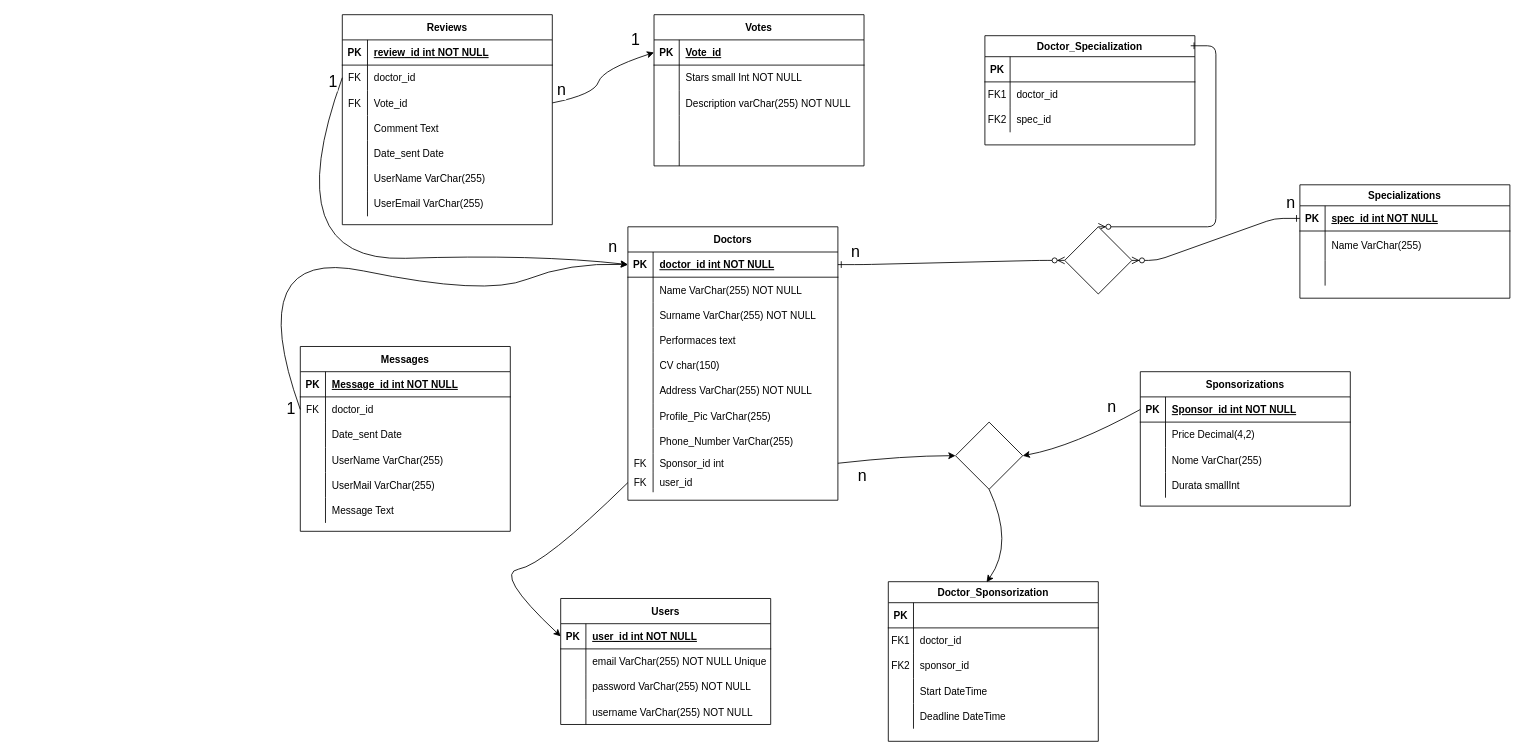
Before: 8Doctors.drawio in AlessandroGCatino/CodingChallengeCatino, a draw.io diagram. Source tidied: cells renumbered, new cells numbered last; positions are measured from the earlier drawing's top-left corner, leaving out a move shared by most shapes. Both pictures are drawn from the tidied source at 84%, with x=0, y=0 at pixel (241, 14).
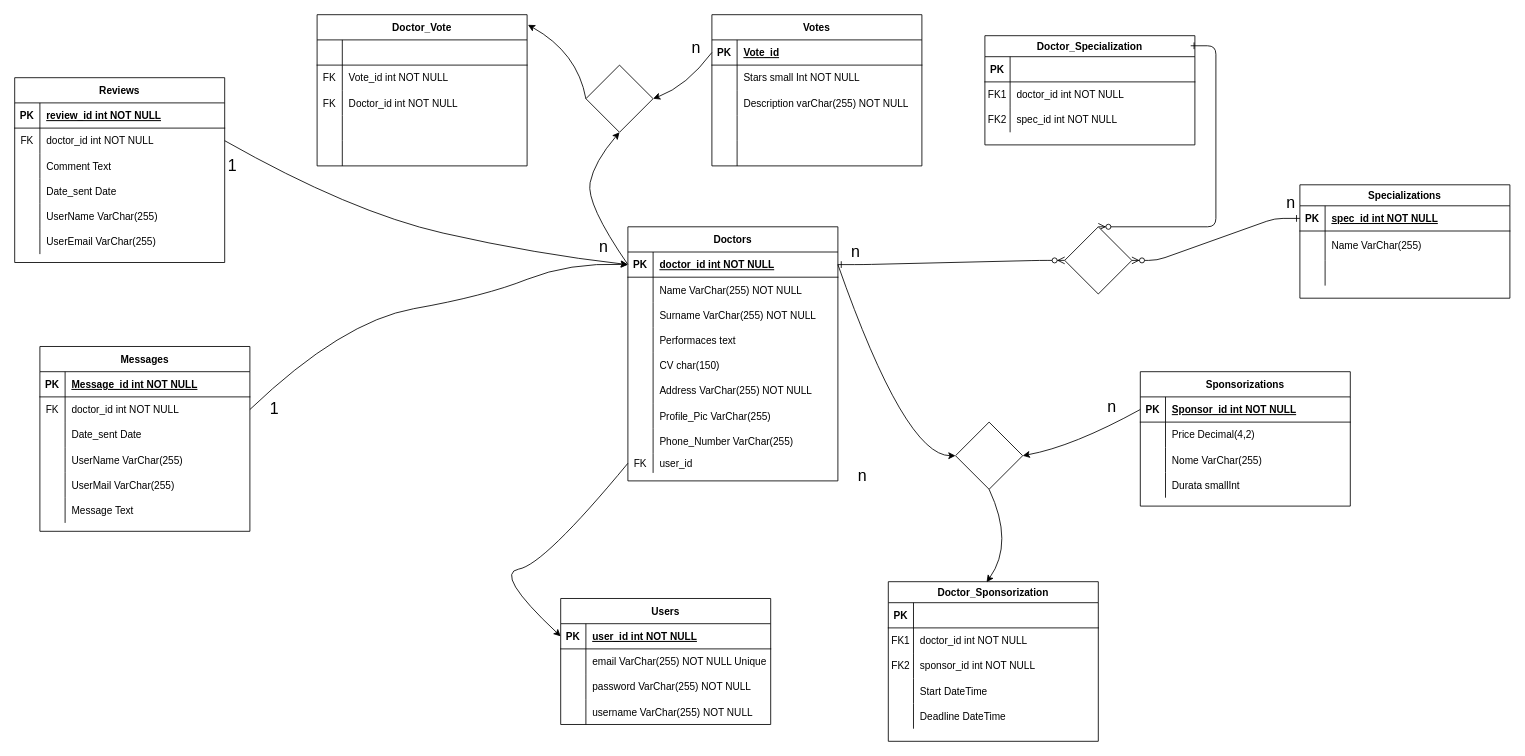
After the change.

The change refers to these unchanged cells:
```xml
<mxCell id="15" style="shape=partialRectangle;fillColor=none;points=[[0,0.5],[1,0.5]];portConstraint=eastwest;top=0;left=0;right=0;bottom=1;" parent="14" vertex="1">
  <mxGeometry y="30" width="250" height="30" as="geometry" />
</mxCell>
<mxCell id="49" style="shape=partialRectangle;fillColor=none;top=0;left=0;right=0;bottom=0;" parent="45" vertex="1">
  <mxGeometry y="55" width="250" height="30" as="geometry" />
</mxCell>
<mxCell id="52" style="shape=partialRectangle;fillColor=none;top=0;left=0;right=0;bottom=0;" parent="45" vertex="1">
  <mxGeometry y="85" width="250" height="30" as="geometry" />
</mxCell>
<mxCell id="62" style="shape=partialRectangle;fillColor=none;points=[[0,0.5],[1,0.5]];portConstraint=eastwest;top=0;left=0;right=0;bottom=0;" parent="58" vertex="1">
  <mxGeometry y="60" width="250" height="30" as="geometry" />
</mxCell>
<mxCell id="85" style="shape=partialRectangle;fillColor=none;points=[[0,0.5],[1,0.5]];portConstraint=eastwest;top=0;left=0;right=0;bottom=0;" parent="81" vertex="1">
  <mxGeometry y="60" width="250" height="30" as="geometry" />
</mxCell>
<mxCell id="121" style="shape=partialRectangle;fillColor=none;points=[[0,0.5],[1,0.5]];portConstraint=eastwest;top=0;left=0;right=0;bottom=1;" parent="120" vertex="1">
  <mxGeometry y="30" width="250" height="30" as="geometry" />
</mxCell>
<mxCell id="137" style="rhombus;whiteSpace=wrap;html=1;" parent="1" vertex="1">
  <mxGeometry x="850" y="485" width="80" height="80" as="geometry" />
</mxCell>
<mxCell id="143" style="shape=partialRectangle;fillColor=none;top=0;left=0;right=0;bottom=0;" parent="139" vertex="1">
  <mxGeometry y="55" width="250" height="30" as="geometry" />
</mxCell>
<mxCell id="146" style="shape=partialRectangle;fillColor=none;top=0;left=0;right=0;bottom=0;" parent="139" vertex="1">
  <mxGeometry y="85" width="250" height="30" as="geometry" />
</mxCell>
```

What changed in the source:
```diff
@@
     <mxCell id="14" value="Doctors" style="shape=table;startSize=30;childLayout=tableLayout;rowLines=0;fontStyle=1;align=center;" parent="1" vertex="1">
-      <mxGeometry x="460" y="252.5" width="250" height="325.5" as="geometry" />
+      <mxGeometry x="460" y="252.5" width="250" height="302.5" as="geometry" />
     </mxCell>
@@
-    <mxCell id="39" style="shape=partialRectangle;fillColor=none;points=[[0,0.5],[1,0.5]];portConstraint=eastwest;top=0;left=0;right=0;bottom=0;" parent="14" vertex="1">
-      <mxGeometry y="270" width="250" height="23" as="geometry" />
-    </mxCell>
-    <mxCell id="40" value="FK" style="shape=partialRectangle;overflow=hidden;fillColor=none;top=0;left=0;bottom=0;right=0;" parent="39" vertex="1">
-      <mxGeometry width="30" height="23" as="geometry" />
-    </mxCell>
-    <mxCell id="41" value="Sponsor_id int " style="shape=partialRectangle;overflow=hidden;fillColor=none;top=0;left=0;bottom=0;right=0;align=left;spacingLeft=6;" parent="39" vertex="1">
-      <mxGeometry x="30" width="220" height="23" as="geometry" />
-    </mxCell>
     <mxCell id="42" style="shape=partialRectangle;fillColor=none;points=[[0,0.5],[1,0.5]];portConstraint=eastwest;top=0;left=0;right=0;bottom=0;" parent="14" vertex="1">
-      <mxGeometry y="293" width="250" height="23" as="geometry" />
+      <mxGeometry y="270" width="250" height="23" as="geometry" />
     </mxCell>
@@
-    <mxCell id="51" value="doctor_id" style="shape=partialRectangle;overflow=hidden;fillColor=none;top=0;left=0;bottom=0;right=0;align=left;spacingLeft=6;" parent="49" vertex="1">
+    <mxCell id="51" value="doctor_id int NOT NULL" style="shape=partialRectangle;overflow=hidden;fillColor=none;top=0;left=0;bottom=0;right=0;align=left;spacingLeft=6;" parent="49" vertex="1">
       <mxGeometry x="30" width="220" height="30" as="geometry" />
     </mxCell>
@@
-    <mxCell id="54" value="spec_id" style="shape=partialRectangle;overflow=hidden;fillColor=none;top=0;left=0;bottom=0;right=0;align=left;spacingLeft=6;" parent="52" vertex="1">
+    <mxCell id="54" value="spec_id int NOT NULL" style="shape=partialRectangle;overflow=hidden;fillColor=none;top=0;left=0;bottom=0;right=0;align=left;spacingLeft=6;" parent="52" vertex="1">
       <mxGeometry x="30" width="220" height="30" as="geometry" />
     </mxCell>
@@
     <mxCell id="58" value="Reviews" style="shape=table;startSize=30;childLayout=tableLayout;rowLines=0;fontStyle=1;align=center;" parent="1" vertex="1">
-      <mxGeometry x="120" width="250" height="250" as="geometry" />
+      <mxGeometry x="-270" y="75" width="250" height="220" as="geometry" />
     </mxCell>
@@
-    <mxCell id="64" value="doctor_id" style="shape=partialRectangle;overflow=hidden;fillColor=none;top=0;left=0;bottom=0;right=0;align=left;spacingLeft=6;" parent="62" vertex="1">
+    <mxCell id="64" value="doctor_id int NOT NULL" style="shape=partialRectangle;overflow=hidden;fillColor=none;top=0;left=0;bottom=0;right=0;align=left;spacingLeft=6;" parent="62" vertex="1">
       <mxGeometry x="30" width="220" height="30" as="geometry" />
     </mxCell>
-    <mxCell id="65" style="shape=partialRectangle;fillColor=none;points=[[0,0.5],[1,0.5]];portConstraint=eastwest;top=0;left=0;right=0;bottom=0;" parent="58" vertex="1">
-      <mxGeometry y="90" width="250" height="30" as="geometry" />
-    </mxCell>
-    <mxCell id="66" value="FK" style="shape=partialRectangle;overflow=hidden;fillColor=none;top=0;left=0;bottom=0;right=0;" parent="65" vertex="1">
-      <mxGeometry width="30" height="30" as="geometry" />
-    </mxCell>
-    <mxCell id="67" value="Vote_id" style="shape=partialRectangle;overflow=hidden;fillColor=none;top=0;left=0;bottom=0;right=0;align=left;spacingLeft=6;" parent="65" vertex="1">
-      <mxGeometry x="30" width="220" height="30" as="geometry" />
-    </mxCell>
     <mxCell id="68" style="shape=partialRectangle;fillColor=none;top=0;left=0;right=0;bottom=0;" parent="58" vertex="1">
-      <mxGeometry y="120" width="250" height="30" as="geometry" />
+      <mxGeometry y="90" width="250" height="30" as="geometry" />
     </mxCell>
@@
     <mxCell id="71" style="shape=partialRectangle;fillColor=none;top=0;left=0;right=0;bottom=0;" parent="58" vertex="1">
-      <mxGeometry y="150" width="250" height="30" as="geometry" />
+      <mxGeometry y="120" width="250" height="30" as="geometry" />
     </mxCell>
@@
     <mxCell id="74" style="shape=partialRectangle;fillColor=none;top=0;left=0;right=0;bottom=0;" parent="58" vertex="1">
-      <mxGeometry y="180" width="250" height="30" as="geometry" />
+      <mxGeometry y="150" width="250" height="30" as="geometry" />
     </mxCell>
@@
     <mxCell id="77" style="shape=partialRectangle;fillColor=none;top=0;left=0;right=0;bottom=0;" parent="58" vertex="1">
-      <mxGeometry y="210" width="250" height="30" as="geometry" />
+      <mxGeometry y="180" width="250" height="30" as="geometry" />
     </mxCell>
@@
-    <mxCell id="80" style="curved=1;endArrow=classic;html=1;rounded=0;entryX=0;entryY=0.5;entryDx=0;entryDy=0;exitX=0;exitY=0.5;exitDx=0;exitDy=0;" parent="1" edge="1" source="62" target="15">
+    <mxCell id="80" style="curved=1;endArrow=classic;html=1;rounded=0;entryX=0;entryY=0.5;entryDx=0;entryDy=0;exitX=1;exitY=0.5;exitDx=0;exitDy=0;" parent="1" edge="1" source="62" target="15">
       <mxGeometry relative="1" as="geometry">
         <Array as="points">
-          <mxPoint x="40" y="295" />
+          <mxPoint x="130" y="235" />
           <mxPoint x="350" y="285" />
         </Array>
       </mxGeometry>
     </mxCell>
     <mxCell id="81" value="Messages" style="shape=table;startSize=30;childLayout=tableLayout;rowLines=0;fontStyle=1;align=center;" parent="1" vertex="1">
-      <mxGeometry x="70" y="395" width="250" height="220" as="geometry" />
+      <mxGeometry x="-240" y="395" width="250" height="220" as="geometry" />
     </mxCell>
@@
-    <mxCell id="87" value="doctor_id" style="shape=partialRectangle;overflow=hidden;fillColor=none;top=0;left=0;bottom=0;right=0;align=left;spacingLeft=6;" parent="85" vertex="1">
+    <mxCell id="87" value="doctor_id int NOT NULL" style="shape=partialRectangle;overflow=hidden;fillColor=none;top=0;left=0;bottom=0;right=0;align=left;spacingLeft=6;" parent="85" vertex="1">
       <mxGeometry x="30" width="220" height="30" as="geometry" />
     </mxCell>
@@
-    <mxCell id="100" style="curved=1;endArrow=classic;html=1;rounded=0;entryX=0;entryY=0.5;entryDx=0;entryDy=0;exitX=0;exitY=0.5;exitDx=0;exitDy=0;" parent="1" edge="1" source="85" target="15">
+    <mxCell id="100" style="curved=1;endArrow=classic;html=1;rounded=0;entryX=0;entryY=0.5;entryDx=0;entryDy=0;exitX=1;exitY=0.5;exitDx=0;exitDy=0;" parent="1" edge="1" source="85" target="15">
       <mxGeometry relative="1" as="geometry">
         <Array as="points">
-          <mxPoint y="275" />
+          <mxPoint x="120" y="365" />
           <mxPoint x="290" y="335" />
           <mxPoint x="390" y="295" />
         </Array>
       </mxGeometry>
     </mxCell>
@@
-    <mxCell id="114" style="curved=1;endArrow=classic;html=1;rounded=0;entryX=0;entryY=0.5;entryDx=0;entryDy=0;exitX=1;exitY=0.5;exitDx=0;exitDy=0;" parent="1" edge="1" source="39" target="137">
+    <mxCell id="114" style="curved=1;endArrow=classic;html=1;rounded=0;entryX=0;entryY=0.5;entryDx=0;entryDy=0;exitX=1;exitY=0.5;exitDx=0;exitDy=0;" parent="1" edge="1" source="15" target="137">
       <mxGeometry relative="1" as="geometry">
         <Array as="points">
           <mxPoint x="790" y="525" />
         </Array>
       </mxGeometry>
     </mxCell>
@@
     <mxCell id="118" value="1" style="edgeLabel;html=1;align=center;verticalAlign=middle;fontSize=19;" parent="1" vertex="1">
-      <mxGeometry x="350" y="785" as="geometry">
+      <mxGeometry x="330" y="785" as="geometry">
         <mxPoint x="-292" y="-316" as="offset" />
       </mxGeometry>
     </mxCell>
     <mxCell id="119" value="1" style="edgeLabel;html=1;align=center;verticalAlign=middle;fontSize=19;" parent="1" vertex="1">
-      <mxGeometry x="400" y="395" as="geometry">
+      <mxGeometry x="280" y="495" as="geometry">
         <mxPoint x="-292" y="-316" as="offset" />
       </mxGeometry>
     </mxCell>
     <mxCell id="120" value="Votes" style="shape=table;startSize=30;childLayout=tableLayout;rowLines=0;fontStyle=1;align=center;" parent="1" vertex="1">
-      <mxGeometry x="491.1" width="250" height="180" as="geometry" />
+      <mxGeometry x="560" width="250" height="180" as="geometry" />
     </mxCell>
@@
-    <mxCell id="136" style="curved=1;endArrow=classic;html=1;rounded=0;entryX=0;entryY=0.5;entryDx=0;entryDy=0;exitX=1;exitY=0.5;exitDx=0;exitDy=0;" parent="1" edge="1" source="65" target="121">
+    <mxCell id="136" style="curved=1;endArrow=classic;html=1;rounded=0;exitX=0;exitY=0.5;exitDx=0;exitDy=0;entryX=1;entryY=0.5;entryDx=0;entryDy=0;" parent="1" edge="1" source="121" target="173">
       <mxGeometry relative="1" as="geometry">
         <Array as="points">
-          <mxPoint x="420" y="95" />
-          <mxPoint x="430" y="65" />
+          <mxPoint x="530" y="85" />
         </Array>
       </mxGeometry>
     </mxCell>
@@
-    <mxCell id="145" value="doctor_id" style="shape=partialRectangle;overflow=hidden;fillColor=none;top=0;left=0;bottom=0;right=0;align=left;spacingLeft=6;" parent="143" vertex="1">
+    <mxCell id="145" value="doctor_id int NOT NULL" style="shape=partialRectangle;overflow=hidden;fillColor=none;top=0;left=0;bottom=0;right=0;align=left;spacingLeft=6;" parent="143" vertex="1">
       <mxGeometry x="30" width="220" height="30" as="geometry" />
     </mxCell>
@@
-    <mxCell id="148" value="sponsor_id" style="shape=partialRectangle;overflow=hidden;fillColor=none;top=0;left=0;bottom=0;right=0;align=left;spacingLeft=6;" parent="146" vertex="1">
+    <mxCell id="148" value="sponsor_id int NOT NULL" style="shape=partialRectangle;overflow=hidden;fillColor=none;top=0;left=0;bottom=0;right=0;align=left;spacingLeft=6;" parent="146" vertex="1">
       <mxGeometry x="30" width="220" height="30" as="geometry" />
     </mxCell>
@@
     <mxCell id="170" value="n" style="edgeLabel;html=1;align=center;verticalAlign=middle;fontSize=19;" parent="1" vertex="1">
-      <mxGeometry x="741.1" y="292.5" as="geometry">
+      <mxGeometry x="730" y="292.5" as="geometry">
         <mxPoint x="-300" y="-16" as="offset" />
       </mxGeometry>
     </mxCell>
-    <mxCell id="171" value="1" style="edgeLabel;html=1;align=center;verticalAlign=middle;fontSize=19;" parent="1" vertex="1">
-      <mxGeometry x="760" y="345" as="geometry">
-        <mxPoint x="-292" y="-316" as="offset" />
-      </mxGeometry>
-    </mxCell>
     <mxCell id="172" value="n" style="edgeLabel;html=1;align=center;verticalAlign=middle;fontSize=19;" parent="1" vertex="1">
-      <mxGeometry x="680" y="105" as="geometry">
+      <mxGeometry x="840" y="55" as="geometry">
         <mxPoint x="-300" y="-16" as="offset" />
       </mxGeometry>
     </mxCell>
+    <mxCell id="173" style="rhombus;whiteSpace=wrap;html=1;" parent="1" vertex="1">
+      <mxGeometry x="410" y="60" width="80" height="80" as="geometry" />
+    </mxCell>
+    <mxCell id="174" style="curved=1;endArrow=classic;html=1;rounded=0;entryX=0.5;entryY=1;entryDx=0;entryDy=0;exitX=0;exitY=0.5;exitDx=0;exitDy=0;" parent="1" edge="1" source="15" target="173">
+      <mxGeometry relative="1" as="geometry">
+        <Array as="points">
+          <mxPoint x="410" y="225" />
+          <mxPoint x="420" y="175" />
+        </Array>
+      </mxGeometry>
+    </mxCell>
+    <mxCell id="175" value="Doctor_Vote" style="shape=table;startSize=30;childLayout=tableLayout;rowLines=0;fontStyle=1;align=center;" parent="1" vertex="1">
+      <mxGeometry x="90" width="250" height="180" as="geometry" />
+    </mxCell>
+    <mxCell id="176" style="shape=partialRectangle;fillColor=none;top=0;left=0;right=0;bottom=1;" parent="175" vertex="1">
+      <mxGeometry y="30" width="250" height="30" as="geometry" />
+    </mxCell>
+    <mxCell id="177" style="shape=partialRectangle;overflow=hidden;fillColor=none;top=0;left=0;bottom=0;right=0;fontStyle=1;" parent="176" vertex="1">
+      <mxGeometry width="30" height="30" as="geometry" />
+    </mxCell>
+    <mxCell id="178" style="shape=partialRectangle;overflow=hidden;fillColor=none;top=0;left=0;bottom=0;right=0;align=left;spacingLeft=6;fontStyle=5;" parent="176" vertex="1">
+      <mxGeometry x="30" width="220" height="30" as="geometry" />
+    </mxCell>
+    <mxCell id="179" style="shape=partialRectangle;fillColor=none;top=0;left=0;right=0;bottom=0;" parent="175" vertex="1">
+      <mxGeometry y="60" width="250" height="30" as="geometry" />
+    </mxCell>
+    <mxCell id="180" value="FK" style="shape=partialRectangle;overflow=hidden;fillColor=none;top=0;left=0;bottom=0;right=0;" parent="179" vertex="1">
+      <mxGeometry width="30" height="30" as="geometry" />
+    </mxCell>
+    <mxCell id="181" value="Vote_id int NOT NULL" style="shape=partialRectangle;overflow=hidden;fillColor=none;top=0;left=0;bottom=0;right=0;align=left;spacingLeft=6;" parent="179" vertex="1">
+      <mxGeometry x="30" width="220" height="30" as="geometry" />
+    </mxCell>
+    <mxCell id="65" style="shape=partialRectangle;fillColor=none;points=[[0,0.5],[1,0.5]];portConstraint=eastwest;top=0;left=0;right=0;bottom=0;" parent="175" vertex="1">
+      <mxGeometry y="90" width="250" height="30" as="geometry" />
+    </mxCell>
+    <mxCell id="182" value="FK" style="shape=partialRectangle;overflow=hidden;fillColor=none;top=0;left=0;bottom=0;right=0;" parent="65" vertex="1">
+      <mxGeometry width="30" height="30" as="geometry" />
+    </mxCell>
+    <mxCell id="183" value="Doctor_id int NOT NULL" style="shape=partialRectangle;overflow=hidden;fillColor=none;top=0;left=0;bottom=0;right=0;align=left;spacingLeft=6;" parent="65" vertex="1">
+      <mxGeometry x="30" width="220" height="30" as="geometry" />
+    </mxCell>
+    <mxCell id="184" style="shape=partialRectangle;fillColor=none;top=0;left=0;right=0;bottom=0;" parent="175" vertex="1">
+      <mxGeometry y="120" width="250" height="30" as="geometry" />
+    </mxCell>
+    <mxCell id="185" style="shape=partialRectangle;overflow=hidden;fillColor=none;top=0;left=0;bottom=0;right=0;" parent="184" vertex="1">
+      <mxGeometry width="30" height="30" as="geometry" />
+    </mxCell>
+    <mxCell id="186" style="shape=partialRectangle;overflow=hidden;fillColor=none;top=0;left=0;bottom=0;right=0;align=left;spacingLeft=6;" parent="184" vertex="1">
+      <mxGeometry x="30" width="220" height="30" as="geometry" />
+    </mxCell>
+    <mxCell id="187" style="shape=partialRectangle;fillColor=none;top=0;left=0;right=0;bottom=0;" parent="175" vertex="1">
+      <mxGeometry y="150" width="250" height="30" as="geometry" />
+    </mxCell>
+    <mxCell id="188" style="shape=partialRectangle;overflow=hidden;fillColor=none;top=0;left=0;bottom=0;right=0;" parent="187" vertex="1">
+      <mxGeometry width="30" height="30" as="geometry" />
+    </mxCell>
+    <mxCell id="189" style="shape=partialRectangle;overflow=hidden;fillColor=none;top=0;left=0;bottom=0;right=0;align=left;spacingLeft=6;" parent="187" vertex="1">
+      <mxGeometry x="30" width="220" height="30" as="geometry" />
+    </mxCell>
+    <mxCell id="190" style="curved=1;endArrow=classic;html=1;rounded=0;exitX=0;exitY=0.5;exitDx=0;exitDy=0;entryX=1.004;entryY=0.067;entryDx=0;entryDy=0;entryPerimeter=0;" parent="1" edge="1" source="173" target="175">
+      <mxGeometry relative="1" as="geometry">
+        <Array as="points">
+          <mxPoint x="400" y="45" />
+        </Array>
+      </mxGeometry>
+    </mxCell>
```
